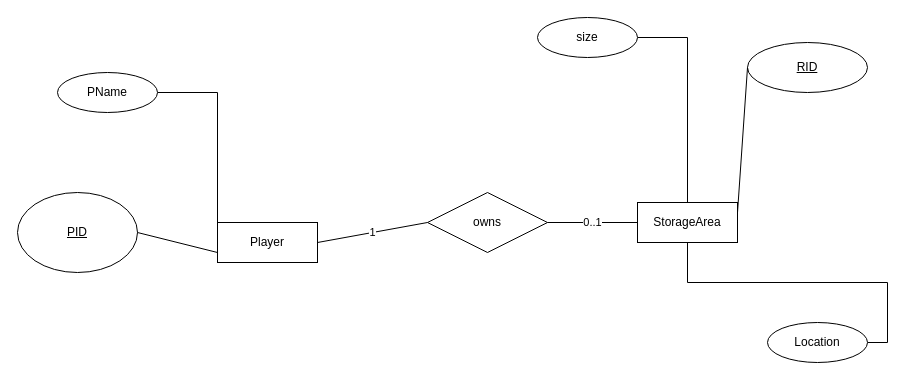
Before: ERDtoSQL Test/UMLTestsCardinality/uml_permutations(weak)/1_to_0_1/1_to_0_1.drawio in DanielZhuZhang/ESAPT, a draw.io diagram. Source tidied: cells renumbered, new cells numbered last; positions are measured from the earlier drawing's top-left corner, leaving out a move shared by most shapes. Both pictures are drawn from the tidied source at 100%, with x=0, y=0 at pixel (17, 17).
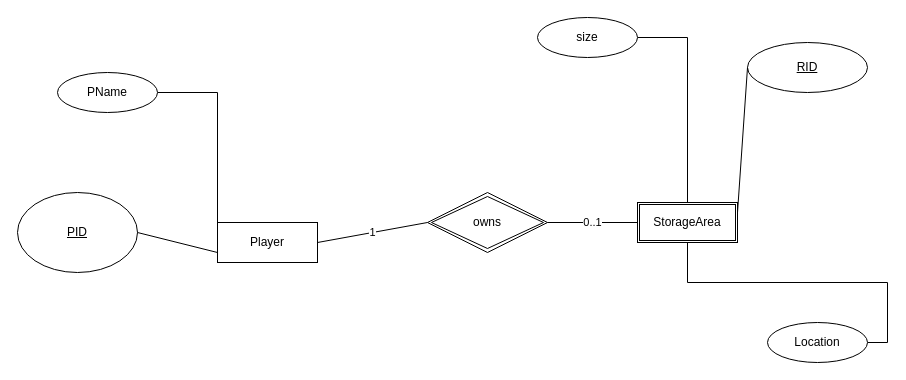
After the change.

The edit, as a diff of the source:
```diff
@@
 <mxGraphModel>
   <root>
     <mxCell id="0" />
     <mxCell id="1" parent="0" />
     <mxCell id="2" value="Player" style="shape=ext;whiteSpace=wrap;html=1;align=center;" parent="1" vertex="1">
       <mxGeometry x="200" y="205" width="100" height="40" as="geometry" />
     </mxCell>
-    <mxCell id="3" value="owns" style="shape=rhombus;perimeter=rhombusPerimeter;whiteSpace=wrap;html=1;align=center;" parent="1" vertex="1">
+    <mxCell id="3" value="owns" style="shape=rhombus;perimeter=rhombusPerimeter;whiteSpace=wrap;html=1;align=center;double=1;" parent="1" vertex="1">
       <mxGeometry x="410" y="175" width="120" height="60" as="geometry" />
     </mxCell>
-    <mxCell id="4" value="StorageArea" style="whiteSpace=wrap;html=1;align=center;" parent="1" vertex="1">
+    <mxCell id="4" value="StorageArea" style="shape=ext;double=1;whiteSpace=wrap;html=1;align=center;" parent="1" vertex="1">
       <mxGeometry x="620" y="185" width="100" height="40" as="geometry" />
     </mxCell>
     <mxCell id="5" value="1" style="edgeStyle=orthogonalEdgeStyle;rounded=0;jettySize=auto;html=1;entryX=1;entryY=0.5;entryDx=0;entryDy=0;endArrow=none;endFill=0;exitX=0;exitY=0.5;exitDx=0;exitDy=0;noEdgeStyle=1;orthogonal=1;" parent="1" edge="1" source="3" target="2">
       <mxGeometry relative="1" as="geometry" />
     </mxCell>
     <mxCell id="6" value="0..1" style="edgeStyle=orthogonalEdgeStyle;rounded=0;jettySize=auto;html=1;exitX=0;exitY=0.5;exitDx=0;exitDy=0;entryX=1;entryY=0.5;entryDx=0;entryDy=0;endArrow=none;endFill=0;startArrow=none;startFill=0;noEdgeStyle=1;orthogonal=1;" parent="1" edge="1" source="4" target="3">
       <mxGeometry relative="1" as="geometry" />
     </mxCell>
     <mxCell id="7" value="&lt;u&gt;PID&lt;/u&gt;" style="ellipse;whiteSpace=wrap;html=1;" parent="1" vertex="1">
       <mxGeometry y="175" width="120" height="80" as="geometry" />
     </mxCell>
     <mxCell id="8" value="&lt;u&gt;RID&lt;/u&gt;" style="ellipse;whiteSpace=wrap;html=1;" parent="1" vertex="1">
       <mxGeometry x="730" y="25" width="120" height="50" as="geometry" />
     </mxCell>
     <mxCell id="9" style="edgeStyle=orthogonalEdgeStyle;rounded=0;jettySize=auto;html=1;exitX=0;exitY=0.5;exitDx=0;exitDy=0;entryX=1;entryY=0.25;entryDx=0;entryDy=0;endArrow=none;endFill=0;noEdgeStyle=1;orthogonal=1;" parent="1" edge="1" source="8" target="4">
       <mxGeometry relative="1" as="geometry" />
     </mxCell>
     <mxCell id="10" style="edgeStyle=orthogonalEdgeStyle;rounded=0;jettySize=auto;html=1;exitX=1;exitY=0.5;exitDx=0;exitDy=0;entryX=0;entryY=0.75;entryDx=0;entryDy=0;endArrow=none;endFill=0;noEdgeStyle=1;orthogonal=1;" parent="1" edge="1" source="7" target="2">
       <mxGeometry relative="1" as="geometry" />
     </mxCell>
     <mxCell id="11" style="edgeStyle=orthogonalEdgeStyle;rounded=0;jettySize=auto;html=1;exitX=1;exitY=0.5;exitDx=0;exitDy=0;entryX=0;entryY=0;entryDx=0;entryDy=0;endArrow=none;endFill=0;" parent="1" edge="1" source="12" target="2">
       <mxGeometry relative="1" as="geometry" />
     </mxCell>
     <mxCell id="12" value="PName" style="ellipse;whiteSpace=wrap;html=1;align=center;" parent="1" vertex="1">
       <mxGeometry x="40" y="55" width="100" height="40" as="geometry" />
     </mxCell>
     <mxCell id="13" style="edgeStyle=orthogonalEdgeStyle;rounded=0;jettySize=auto;html=1;exitX=1;exitY=0.5;exitDx=0;exitDy=0;entryX=0.5;entryY=0;entryDx=0;entryDy=0;endArrow=none;endFill=0;" parent="1" edge="1" source="14" target="4">
       <mxGeometry relative="1" as="geometry" />
     </mxCell>
     <mxCell id="14" value="size" style="ellipse;whiteSpace=wrap;html=1;align=center;" parent="1" vertex="1">
       <mxGeometry x="520" width="100" height="40" as="geometry" />
     </mxCell>
     <mxCell id="15" style="edgeStyle=orthogonalEdgeStyle;rounded=0;jettySize=auto;html=1;exitX=1;exitY=0.5;exitDx=0;exitDy=0;entryX=0.5;entryY=1;entryDx=0;entryDy=0;endArrow=none;endFill=0;" parent="1" edge="1" source="16" target="4">
       <mxGeometry relative="1" as="geometry" />
     </mxCell>
     <mxCell id="16" value="Location" style="ellipse;whiteSpace=wrap;html=1;align=center;" parent="1" vertex="1">
       <mxGeometry x="750" y="305" width="100" height="40" as="geometry" />
     </mxCell>
   </root>
 </mxGraphModel>
```
